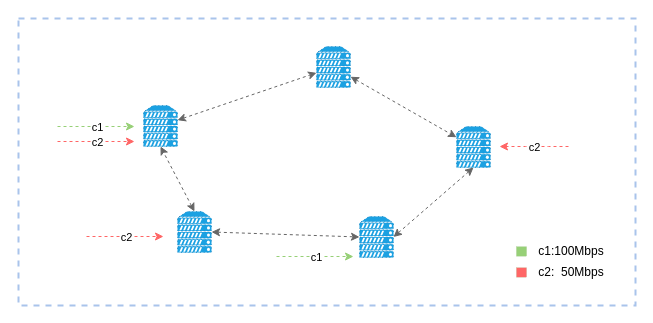
zhangluting123/drawio keeps this draw.io diagram as DRL.drawio. Above is the earlier version. Source tidied: cells renumbered, new cells numbered last; positions are measured from the earlier drawing's top-left corner, leaving out a move shared by most shapes. Both pictures are drawn from the tidied source at 100%, with x=0, y=0 at pixel (18, 18).
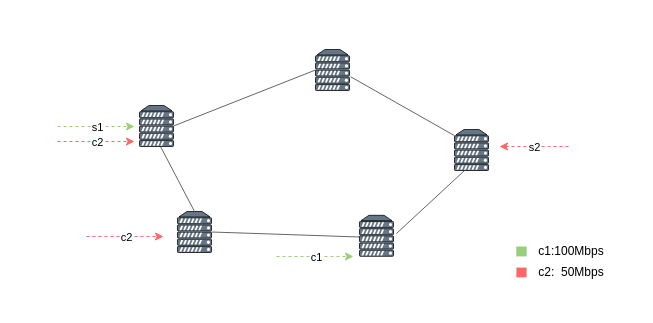
The same diagram, later.

Unchanged cells that the change refers to:
```xml
<mxCell id="8" style="endArrow=classic;html=1;rounded=0;dashed=1;strokeColor=#97D077;" parent="1" edge="1">
  <mxGeometry relative="1" as="geometry">
    <mxPoint x="39" y="108" as="sourcePoint" />
    <mxPoint x="116" y="108" as="targetPoint" />
    <Array as="points">
      <mxPoint x="66" y="108" />
    </Array>
  </mxGeometry>
</mxCell>
<mxCell id="21" style="endArrow=classic;html=1;rounded=0;dashed=1;strokeColor=#FF6666;" parent="1" edge="1">
  <mxGeometry relative="1" as="geometry">
    <mxPoint x="550" y="128" as="sourcePoint" />
    <mxPoint x="481" y="128" as="targetPoint" />
    <Array as="points">
      <mxPoint x="530" y="128" />
      <mxPoint x="507" y="128" />
    </Array>
  </mxGeometry>
</mxCell>
```

Diff of the diagram source:
```diff
@@
-    <mxCell id="2" style="rounded=0;whiteSpace=wrap;html=1;strokeWidth=2;dashed=1;strokeColor=#A9C4EB;" parent="1" vertex="1">
-      <mxGeometry width="617" height="287" as="geometry" />
-    </mxCell>
-    <mxCell id="3" style="verticalAlign=top;verticalLabelPosition=bottom;labelPosition=center;align=center;html=1;outlineConnect=0;fillColor=#1ba1e2;strokeColor=#006EAF;gradientDirection=north;strokeWidth=2;shape=mxgraph.networks.server;dashed=1;dashPattern=1 4;fontColor=#ffffff;" parent="1" vertex="1">
-      <mxGeometry x="125" y="87" width="34" height="41" as="geometry" />
-    </mxCell>
-    <mxCell id="4" style="verticalAlign=top;verticalLabelPosition=bottom;labelPosition=center;align=center;html=1;outlineConnect=0;fillColor=#1ba1e2;strokeColor=#006EAF;gradientDirection=north;strokeWidth=2;shape=mxgraph.networks.server;dashed=1;dashPattern=1 4;fontColor=#ffffff;" parent="1" vertex="1">
+    <mxCell id="4" style="verticalAlign=top;verticalLabelPosition=bottom;labelPosition=center;align=center;html=1;outlineConnect=0;fillColor=#647687;strokeColor=default;gradientDirection=north;strokeWidth=1;shape=mxgraph.networks.server;fontColor=#ffffff;" parent="1" vertex="1">
       <mxGeometry x="159" y="193" width="34" height="41" as="geometry" />
     </mxCell>
-    <mxCell id="5" style="verticalAlign=top;verticalLabelPosition=bottom;labelPosition=center;align=center;html=1;outlineConnect=0;fillColor=#1ba1e2;strokeColor=#006EAF;gradientDirection=north;strokeWidth=2;shape=mxgraph.networks.server;dashed=1;dashPattern=1 4;fontColor=#ffffff;" parent="1" vertex="1">
-      <mxGeometry x="298" y="28" width="34" height="41" as="geometry" />
-    </mxCell>
-    <mxCell id="6" style="verticalAlign=top;verticalLabelPosition=bottom;labelPosition=center;align=center;html=1;outlineConnect=0;fillColor=#1ba1e2;strokeColor=#006EAF;gradientDirection=north;strokeWidth=2;shape=mxgraph.networks.server;dashed=1;dashPattern=1 4;fontColor=#ffffff;" parent="1" vertex="1">
-      <mxGeometry x="341" y="198" width="34" height="41" as="geometry" />
-    </mxCell>
-    <mxCell id="7" style="verticalAlign=top;verticalLabelPosition=bottom;labelPosition=center;align=center;html=1;outlineConnect=0;fillColor=#1ba1e2;strokeColor=#006EAF;gradientDirection=north;strokeWidth=2;shape=mxgraph.networks.server;dashed=1;dashPattern=1 4;fontColor=#ffffff;" parent="1" vertex="1">
-      <mxGeometry x="438" y="108" width="34" height="41" as="geometry" />
-    </mxCell>
@@
-    <mxCell id="9" value="c1" style="edgeLabel;html=1;align=center;verticalAlign=middle;dashed=1;dashPattern=1 4;strokeColor=default;strokeWidth=1;fillColor=#97D077;" parent="8" vertex="1">
+    <mxCell id="9" value="s1" style="edgeLabel;html=1;align=center;verticalAlign=middle;dashed=1;dashPattern=1 4;strokeColor=default;strokeWidth=1;fillColor=#97D077;" parent="8" vertex="1">
       <mxGeometry relative="1" as="geometry" />
     </mxCell>
-    <mxCell id="10" style="endArrow=classic;startArrow=classic;html=1;rounded=0;dashed=1;fillColor=#f5f5f5;gradientColor=#b3b3b3;strokeColor=#666666;" parent="1" edge="1" source="3" target="5">
+    <mxCell id="10" style="endArrow=none;startArrow=none;html=1;rounded=0;fillColor=#f5f5f5;gradientColor=#b3b3b3;strokeColor=#666666;entryX=0;entryY=0.5;entryDx=0;entryDy=0;entryPerimeter=0;endFill=0;startFill=0;exitX=1;exitY=0.5;exitDx=0;exitDy=0;exitPerimeter=0;" parent="1" edge="1" source="27" target="28">
       <mxGeometry relative="1" as="geometry" />
     </mxCell>
-    <mxCell id="11" style="endArrow=classic;startArrow=classic;html=1;rounded=0;dashed=1;strokeColor=#666666;entryX=0.5;entryY=1;entryDx=0;entryDy=0;entryPerimeter=0;exitX=0.5;exitY=0;exitDx=0;exitDy=0;exitPerimeter=0;fillColor=#f5f5f5;gradientColor=#b3b3b3;" parent="1" edge="1" source="4" target="3">
-      <mxGeometry relative="1" as="geometry" />
+    <mxCell id="11" style="endArrow=none;startArrow=none;html=1;rounded=0;strokeColor=#666666;entryX=0.5;entryY=1;entryDx=0;entryDy=0;entryPerimeter=0;exitX=0.5;exitY=0;exitDx=0;exitDy=0;exitPerimeter=0;fillColor=#f5f5f5;gradientColor=#b3b3b3;startFill=0;endFill=0;" parent="1" edge="1" source="4">
+      <mxGeometry relative="1" as="geometry">
+        <mxPoint x="142" y="128" as="targetPoint" />
+      </mxGeometry>
     </mxCell>
-    <mxCell id="12" style="endArrow=classic;startArrow=classic;html=1;rounded=0;dashed=1;strokeColor=#666666;entryX=0;entryY=0.5;entryDx=0;entryDy=0;entryPerimeter=0;exitX=1;exitY=0.5;exitDx=0;exitDy=0;exitPerimeter=0;fillColor=#f5f5f5;gradientColor=#b3b3b3;" parent="1" edge="1" source="4" target="6">
-      <mxGeometry relative="1" as="geometry" />
+    <mxCell id="12" style="endArrow=none;startArrow=none;html=1;rounded=0;strokeColor=#666666;entryX=0;entryY=0.5;entryDx=0;entryDy=0;entryPerimeter=0;exitX=1;exitY=0.5;exitDx=0;exitDy=0;exitPerimeter=0;fillColor=#f5f5f5;gradientColor=#b3b3b3;endFill=0;startFill=0;" parent="1" edge="1" source="4">
+      <mxGeometry relative="1" as="geometry">
+        <mxPoint x="341" y="218.5" as="targetPoint" />
+      </mxGeometry>
     </mxCell>
-    <mxCell id="13" style="endArrow=classic;startArrow=classic;html=1;rounded=0;dashed=1;strokeColor=#666666;entryX=1;entryY=0.5;entryDx=0;entryDy=0;entryPerimeter=0;exitX=0.5;exitY=1;exitDx=0;exitDy=0;exitPerimeter=0;fillColor=#f5f5f5;gradientColor=#b3b3b3;" parent="1" edge="1" source="7" target="6">
-      <mxGeometry relative="1" as="geometry" />
+    <mxCell id="13" style="endArrow=none;startArrow=none;html=1;rounded=0;strokeColor=#666666;exitX=0.5;exitY=1;exitDx=0;exitDy=0;exitPerimeter=0;fillColor=#f5f5f5;gradientColor=#b3b3b3;startFill=0;endFill=0;" parent="1" edge="1">
+      <mxGeometry relative="1" as="geometry">
+        <mxPoint x="446" y="152" as="sourcePoint" />
+        <mxPoint x="378" y="215" as="targetPoint" />
+      </mxGeometry>
     </mxCell>
-    <mxCell id="14" style="endArrow=classic;startArrow=classic;html=1;rounded=0;dashed=1;strokeColor=#666666;fillColor=#f5f5f5;gradientColor=#b3b3b3;" parent="1" edge="1" source="5" target="7">
-      <mxGeometry relative="1" as="geometry" />
+    <mxCell id="14" style="endArrow=none;startArrow=none;html=1;rounded=0;strokeColor=#666666;fillColor=#f5f5f5;gradientColor=#b3b3b3;entryX=0;entryY=0.15;entryDx=0;entryDy=0;entryPerimeter=0;startFill=0;endFill=0;" parent="1" edge="1" target="29">
+      <mxGeometry relative="1" as="geometry">
+        <mxPoint x="332" y="58.2" as="sourcePoint" />
+      </mxGeometry>
     </mxCell>
@@
-    <mxCell id="22" value="c2" style="edgeLabel;html=1;align=center;verticalAlign=middle;dashed=1;dashPattern=1 4;strokeColor=default;strokeWidth=1;fillColor=#97D077;" parent="21" vertex="1">
+    <mxCell id="22" value="s2" style="edgeLabel;html=1;align=center;verticalAlign=middle;dashed=1;dashPattern=1 4;strokeColor=default;strokeWidth=1;fillColor=#97D077;" parent="21" vertex="1">
       <mxGeometry relative="1" as="geometry" />
     </mxCell>
@@
+    <mxCell id="27" style="verticalAlign=top;verticalLabelPosition=bottom;labelPosition=center;align=center;html=1;outlineConnect=0;fillColor=#647687;strokeColor=default;gradientDirection=north;strokeWidth=1;shape=mxgraph.networks.server;fontColor=#ffffff;" parent="1" vertex="1">
+      <mxGeometry x="121" y="87" width="34" height="41" as="geometry" />
+    </mxCell>
+    <mxCell id="28" style="verticalAlign=top;verticalLabelPosition=bottom;labelPosition=center;align=center;html=1;outlineConnect=0;fillColor=#647687;strokeColor=default;gradientDirection=north;strokeWidth=1;shape=mxgraph.networks.server;fontColor=#ffffff;" parent="1" vertex="1">
+      <mxGeometry x="297" y="31" width="34" height="41" as="geometry" />
+    </mxCell>
+    <mxCell id="29" style="verticalAlign=top;verticalLabelPosition=bottom;labelPosition=center;align=center;html=1;outlineConnect=0;fillColor=#647687;strokeColor=default;gradientDirection=north;strokeWidth=1;shape=mxgraph.networks.server;fontColor=#ffffff;" parent="1" vertex="1">
+      <mxGeometry x="436" y="111" width="34" height="41" as="geometry" />
+    </mxCell>
+    <mxCell id="30" style="verticalAlign=top;verticalLabelPosition=bottom;labelPosition=center;align=center;html=1;fillColor=#647687;strokeColor=default;gradientDirection=north;strokeWidth=1;shape=mxgraph.networks.server;fontColor=#ffffff;" parent="1" vertex="1">
+      <mxGeometry x="341" y="196.8" width="34" height="41" as="geometry" />
+    </mxCell>
```
